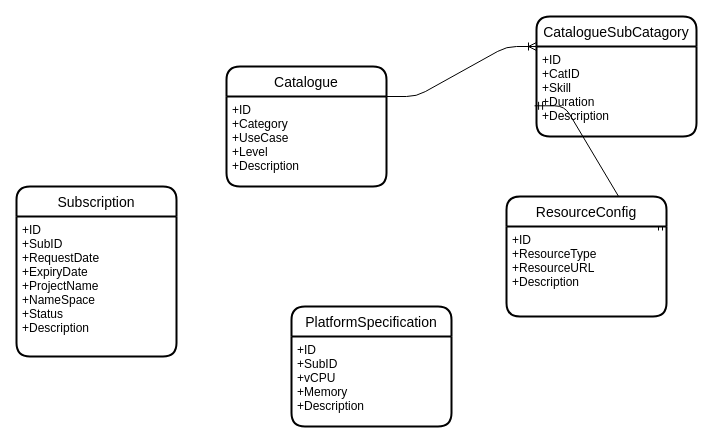
The draw.io diagram Untitled Diagram.drawio in meghaiscloud/diagram, before the edit. Source tidied: cells renumbered, new cells numbered last; positions are measured from the earlier drawing's top-left corner, leaving out a move shared by most shapes. Both pictures are drawn from the tidied source at 100%, with x=0, y=0 at pixel (16, 16).
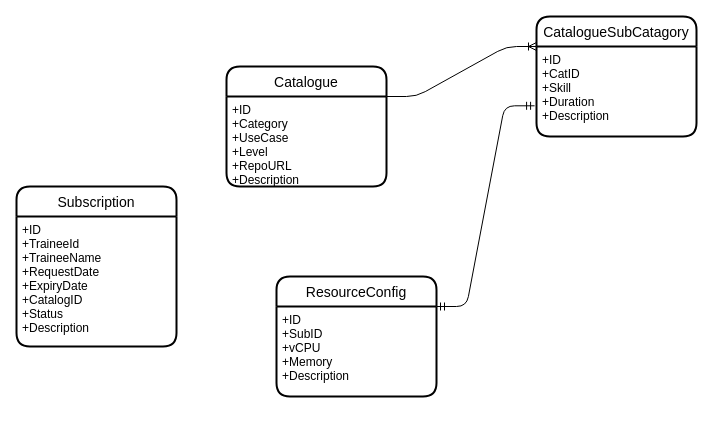
After the change.

Change to the diagram source:
```diff
@@
 <mxGraphModel>
   <root>
     <mxCell id="0" />
     <mxCell id="1" parent="0" />
     <mxCell id="2" value="Catalogue" style="swimlane;horizontal=1;startSize=30;rounded=1;fontSize=14;fontStyle=0;strokeWidth=2;shadow=0;dashed=0;align=center;" parent="1" vertex="1">
       <mxGeometry x="210" y="50" width="160" height="120" as="geometry" />
     </mxCell>
-    <mxCell id="3" value="+ID&#10;+Category&#10;+UseCase&#10;+Level&#10;+Description" style="align=left;strokeColor=none;fillColor=none;spacingLeft=4;fontSize=12;verticalAlign=top;" parent="2" vertex="1">
+    <mxCell id="3" value="+ID&#10;+Category&#10;+UseCase&#10;+Level&#10;+RepoURL&#10;+Description" style="align=left;strokeColor=none;fillColor=none;spacingLeft=4;fontSize=12;verticalAlign=top;" parent="2" vertex="1">
       <mxGeometry y="30" width="160" height="90" as="geometry" />
     </mxCell>
     <mxCell id="4" style="edgeStyle=entityRelationEdgeStyle;fontSize=12;html=1;endArrow=ERoneToMany;entryX=0;entryY=0.25;entryDx=0;entryDy=0;" parent="1" edge="1" target="6">
       <mxGeometry relative="1" as="geometry">
         <mxPoint x="370" y="80" as="sourcePoint" />
       </mxGeometry>
     </mxCell>
-    <mxCell id="5" style="edgeStyle=entityRelationEdgeStyle;fontSize=12;html=1;endArrow=ERmandOne;startArrow=ERmandOne;entryX=-0.012;entryY=0.659;entryDx=0;entryDy=0;entryPerimeter=0;exitX=1;exitY=0;exitDx=0;exitDy=0;" parent="1" edge="1" source="9" target="7">
+    <mxCell id="5" style="edgeStyle=entityRelationEdgeStyle;fontSize=12;html=1;endArrow=ERmandOne;startArrow=ERmandOne;entryX=-0.012;entryY=0.659;entryDx=0;entryDy=0;entryPerimeter=0;exitX=1;exitY=0.25;exitDx=0;exitDy=0;" parent="1" edge="1" source="10" target="7">
       <mxGeometry relative="1" as="geometry" />
     </mxCell>
     <mxCell id="6" value="CatalogueSubCatagory" style="swimlane;horizontal=1;startSize=30;rounded=1;fontSize=14;fontStyle=0;strokeWidth=2;shadow=0;dashed=0;align=center;" parent="1" vertex="1">
       <mxGeometry x="520" width="160" height="120" as="geometry" />
     </mxCell>
     <mxCell id="7" value="+ID&#10;+CatID&#10;+Skill&#10;+Duration&#10;+Description" style="align=left;strokeColor=none;fillColor=none;spacingLeft=4;fontSize=12;verticalAlign=top;" parent="6" vertex="1">
       <mxGeometry y="30" width="160" height="90" as="geometry" />
     </mxCell>
-    <mxCell id="8" value="ResourceConfig" style="swimlane;horizontal=1;startSize=30;rounded=1;fontSize=14;fontStyle=0;strokeWidth=2;shadow=0;dashed=0;align=center;" parent="1" vertex="1">
-      <mxGeometry x="490" y="180" width="160" height="120" as="geometry" />
-    </mxCell>
-    <mxCell id="9" value="+ID&#10;+ResourceType&#10;+ResourceURL&#10;+Description" style="align=left;strokeColor=none;fillColor=none;spacingLeft=4;fontSize=12;verticalAlign=top;" parent="8" vertex="1">
-      <mxGeometry y="30" width="160" height="90" as="geometry" />
-    </mxCell>
+    <mxCell id="12" value="Subscription" style="swimlane;horizontal=1;startSize=30;rounded=1;fontSize=14;fontStyle=0;strokeWidth=2;shadow=0;dashed=0;align=center;" parent="1" vertex="1">
+      <mxGeometry y="170" width="160" height="160" as="geometry" />
+    </mxCell>
+    <mxCell id="13" value="+ID&#10;+TraineeId&#10;+TraineeName&#10;+RequestDate&#10;+ExpiryDate&#10;+CatalogID&#10;+Status&#10;+Description" style="align=left;strokeColor=none;fillColor=none;spacingLeft=4;fontSize=12;verticalAlign=top;" parent="12" vertex="1">
+      <mxGeometry y="30" width="160" height="130" as="geometry" />
+    </mxCell>
-    <mxCell id="10" value="PlatformSpecification" style="swimlane;horizontal=1;startSize=30;rounded=1;fontSize=14;fontStyle=0;strokeWidth=2;shadow=0;dashed=0;align=center;" parent="1" vertex="1">
-      <mxGeometry x="275" y="290" width="160" height="120" as="geometry" />
+    <mxCell id="10" value="ResourceConfig" style="swimlane;horizontal=1;startSize=30;rounded=1;fontSize=14;fontStyle=0;strokeWidth=2;shadow=0;dashed=0;align=center;" parent="1" vertex="1">
+      <mxGeometry x="260" y="260" width="160" height="120" as="geometry" />
     </mxCell>
     <mxCell id="11" value="+ID&#10;+SubID&#10;+vCPU&#10;+Memory&#10;+Description" style="align=left;strokeColor=none;fillColor=none;spacingLeft=4;fontSize=12;verticalAlign=top;" parent="10" vertex="1">
       <mxGeometry y="30" width="160" height="90" as="geometry" />
     </mxCell>
-    <mxCell id="12" value="Subscription" style="swimlane;horizontal=1;startSize=30;rounded=1;fontSize=14;fontStyle=0;strokeWidth=2;shadow=0;dashed=0;align=center;" parent="1" vertex="1">
-      <mxGeometry y="170" width="160" height="170" as="geometry" />
-    </mxCell>
-    <mxCell id="13" value="+ID&#10;+SubID&#10;+RequestDate&#10;+ExpiryDate&#10;+ProjectName&#10;+NameSpace&#10;+Status&#10;+Description" style="align=left;strokeColor=none;fillColor=none;spacingLeft=4;fontSize=12;verticalAlign=top;" parent="12" vertex="1">
-      <mxGeometry y="30" width="160" height="140" as="geometry" />
-    </mxCell>
   </root>
 </mxGraphModel>
```
